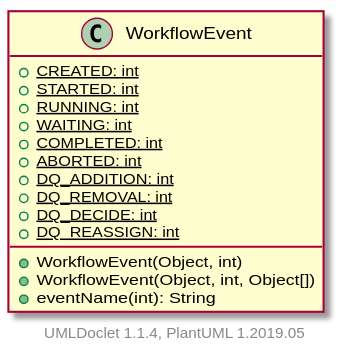
Above: apidocs/2.11.0.M8-SNAPSHOT/org/apache/wiki/event/WorkflowEvent.svg in apache/jspwiki-site (PlantUML), before the change.
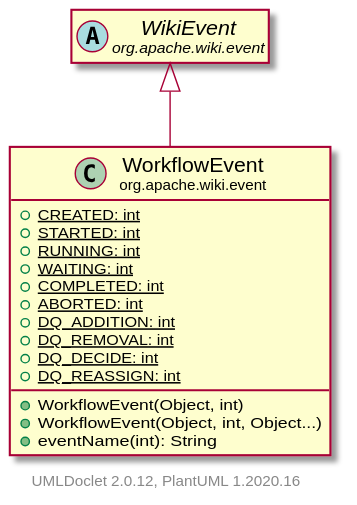
After the change.

Change to the diagram source:
```diff
@@ -1,6 +1,9 @@
 @startuml
+    set namespaceSeparator none
+    hide empty fields
+    hide empty methods
 
-    class WorkflowEvent [[WorkflowEvent.html]] {
+    class "<size:14>WorkflowEvent\n<size:10>org.apache.wiki.event" as org.apache.wiki.event.WorkflowEvent [[WorkflowEvent.html]] {
         {static} +CREATED: int
         {static} +STARTED: int
         {static} +RUNNING: int
@@ -12,10 +15,13 @@
         {static} +DQ_DECIDE: int
         {static} +DQ_REASSIGN: int
         +WorkflowEvent(Object, int)
-        +WorkflowEvent(Object, int, Object[])
+        +WorkflowEvent(Object, int, Object...)
         +eventName(int): String
     }
 
+    abstract class "<size:14>WikiEvent\n<size:10>org.apache.wiki.event" as org.apache.wiki.event.WikiEvent [[WikiEvent.html]]
 
-    center footer UMLDoclet 1.1.4, PlantUML 1.2019.05
+    org.apache.wiki.event.WikiEvent <|-- org.apache.wiki.event.WorkflowEvent
+
+    center footer UMLDoclet 2.0.12, PlantUML 1.2020.16
 @enduml
```
